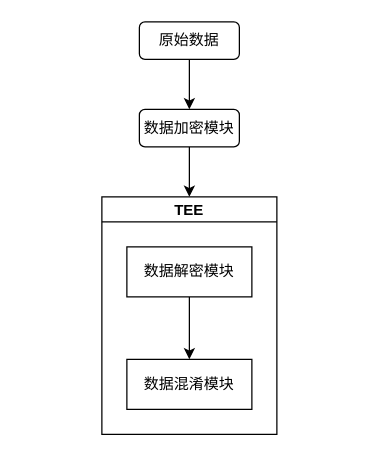
Earlier version of the draw.io diagram 未命名绘图.drawio (ZeroRIO/fun_in_sjtu_miniapp). Source tidied: cells renumbered, new cells numbered last; positions are measured from the earlier drawing's top-left corner, leaving out a move shared by most shapes. Both pictures are drawn from the tidied source at 125%, with x=0, y=0 at pixel (101, 21).
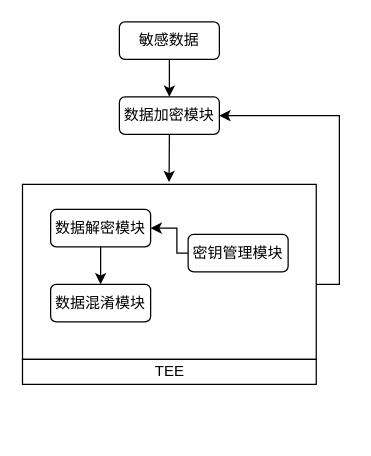
After the change.

Commit message:
更新未命名绘图.drawio

Change to the diagram source:
```diff
@@
 <mxGraphModel>
   <root>
     <mxCell id="0" />
     <mxCell id="1" parent="0" />
     <mxCell id="2" style="edgeStyle=orthogonalEdgeStyle;rounded=0;jettySize=auto;html=1;exitX=0.5;exitY=1;exitDx=0;exitDy=0;entryX=0.5;entryY=0;entryDx=0;entryDy=0;" parent="1" edge="1" source="3" target="5">
       <mxGeometry relative="1" as="geometry" />
     </mxCell>
-    <mxCell id="3" value="原始数据" style="rounded=1;whiteSpace=wrap;html=1;fontSize=12;glass=0;strokeWidth=1;shadow=0;" parent="1" vertex="1">
-      <mxGeometry x="30" width="80" height="30" as="geometry" />
+    <mxCell id="3" value="敏感数据" style="rounded=1;whiteSpace=wrap;html=1;fontSize=12;glass=0;strokeWidth=1;shadow=0;" parent="1" vertex="1">
+      <mxGeometry x="14" width="80" height="30" as="geometry" />
     </mxCell>
-    <mxCell id="4" style="edgeStyle=orthogonalEdgeStyle;rounded=0;jettySize=auto;html=1;exitX=0.5;exitY=1;exitDx=0;exitDy=0;entryX=0.5;entryY=0;entryDx=0;entryDy=0;" parent="1" edge="1" source="5" target="6">
-      <mxGeometry relative="1" as="geometry" />
-    </mxCell>
+    <mxCell id="10" style="edgeStyle=orthogonalEdgeStyle;rounded=0;jettySize=auto;html=1;exitX=0.5;exitY=1;exitDx=0;exitDy=0;entryX=0.499;entryY=-0.013;entryDx=0;entryDy=0;entryPerimeter=0;" parent="1" edge="1" source="5" target="15">
+      <mxGeometry relative="1" as="geometry" />
+    </mxCell>
     <mxCell id="5" value="数据加密模块" style="rounded=1;whiteSpace=wrap;html=1;fontSize=12;glass=0;strokeWidth=1;shadow=0;" parent="1" vertex="1">
-      <mxGeometry x="30" y="70" width="80" height="30" as="geometry" />
+      <mxGeometry x="14" y="60" width="80" height="30" as="geometry" />
     </mxCell>
+    <mxCell id="11" style="edgeStyle=orthogonalEdgeStyle;rounded=0;jettySize=auto;html=1;exitX=0;exitY=0.5;exitDx=0;exitDy=0;entryX=1;entryY=0.5;entryDx=0;entryDy=0;" parent="1" edge="1" source="12" target="7">
+      <mxGeometry relative="1" as="geometry">
+        <Array as="points">
+          <mxPoint x="60" y="185" />
+          <mxPoint x="60" y="165" />
+        </Array>
+      </mxGeometry>
+    </mxCell>
+    <mxCell id="12" value="密钥管理模块" style="rounded=1;whiteSpace=wrap;html=1;fontSize=12;glass=0;strokeWidth=1;shadow=0;" parent="1" vertex="1">
+      <mxGeometry x="69" y="170" width="80" height="30" as="geometry" />
+    </mxCell>
+    <mxCell id="13" style="group;" parent="1" vertex="1">
+      <mxGeometry x="-63.5" y="130" width="235" height="160" as="geometry" />
+    </mxCell>
+    <mxCell id="14" style="group;" parent="13" vertex="1">
+      <mxGeometry width="235" height="160" as="geometry" />
+    </mxCell>
-    <mxCell id="6" value="TEE" style="swimlane;startSize=20;horizontal=1;horizontalTree=0;containerType=tree;fontSize=12;" parent="1" vertex="1">
-      <mxGeometry y="140" width="140" height="190" as="geometry" />
+    <mxCell id="6" value="TEE" style="rounded=0;whiteSpace=wrap;html=1;fillColor=none;" parent="14" vertex="1">
+      <mxGeometry y="140" width="235" height="20" as="geometry" />
     </mxCell>
+    <mxCell id="15" style="verticalLabelPosition=bottom;verticalAlign=top;html=1;shape=mxgraph.basic.rect;fillColor2=none;strokeWidth=1;size=20;indent=5;fillColor=none;" parent="14" vertex="1">
+      <mxGeometry width="235" height="140" as="geometry" />
+    </mxCell>
+    <mxCell id="9" style="edgeStyle=orthogonalEdgeStyle;rounded=0;jettySize=auto;html=1;" parent="1" edge="1" source="7" target="8">
+      <mxGeometry relative="1" as="geometry" />
+    </mxCell>
-    <mxCell id="7" value="数据解密模块" style="whiteSpace=wrap;html=1;" parent="6" vertex="1">
-      <mxGeometry x="20" y="40" width="100" height="40" as="geometry" />
+    <mxCell id="7" value="数据解密模块" style="rounded=1;whiteSpace=wrap;html=1;fontSize=12;glass=0;strokeWidth=1;shadow=0;" parent="1" vertex="1">
+      <mxGeometry x="-41" y="150" width="80" height="30" as="geometry" />
     </mxCell>
-    <mxCell id="8" value="数据混淆模块" style="whiteSpace=wrap;html=1;" parent="6" vertex="1">
-      <mxGeometry x="20" y="130" width="100" height="40" as="geometry" />
+    <mxCell id="8" value="数据混淆模块" style="rounded=1;whiteSpace=wrap;html=1;fontSize=12;glass=0;strokeWidth=1;shadow=0;" parent="1" vertex="1">
+      <mxGeometry x="-41" y="210" width="80" height="30" as="geometry" />
     </mxCell>
-    <mxCell id="9" style="edgeStyle=elbowEdgeStyle;elbow=vertical;html=1;rounded=1;curved=0;sourcePerimeterSpacing=0;targetPerimeterSpacing=0;startSize=6;endSize=6;" parent="6" edge="1" source="7" target="8">
-      <mxGeometry relative="1" as="geometry">
-        <Array as="points">
-          <mxPoint x="80" y="40" />
-        </Array>
-      </mxGeometry>
-    </mxCell>
+    <mxCell id="16" style="edgeStyle=orthogonalEdgeStyle;rounded=0;jettySize=auto;html=1;entryX=1;entryY=0.5;entryDx=0;entryDy=0;" parent="1" edge="1" source="15" target="5">
+      <mxGeometry relative="1" as="geometry">
+        <Array as="points">
+          <mxPoint x="190" y="210" />
+          <mxPoint x="190" y="75" />
+        </Array>
+      </mxGeometry>
+    </mxCell>
   </root>
 </mxGraphModel>
```
